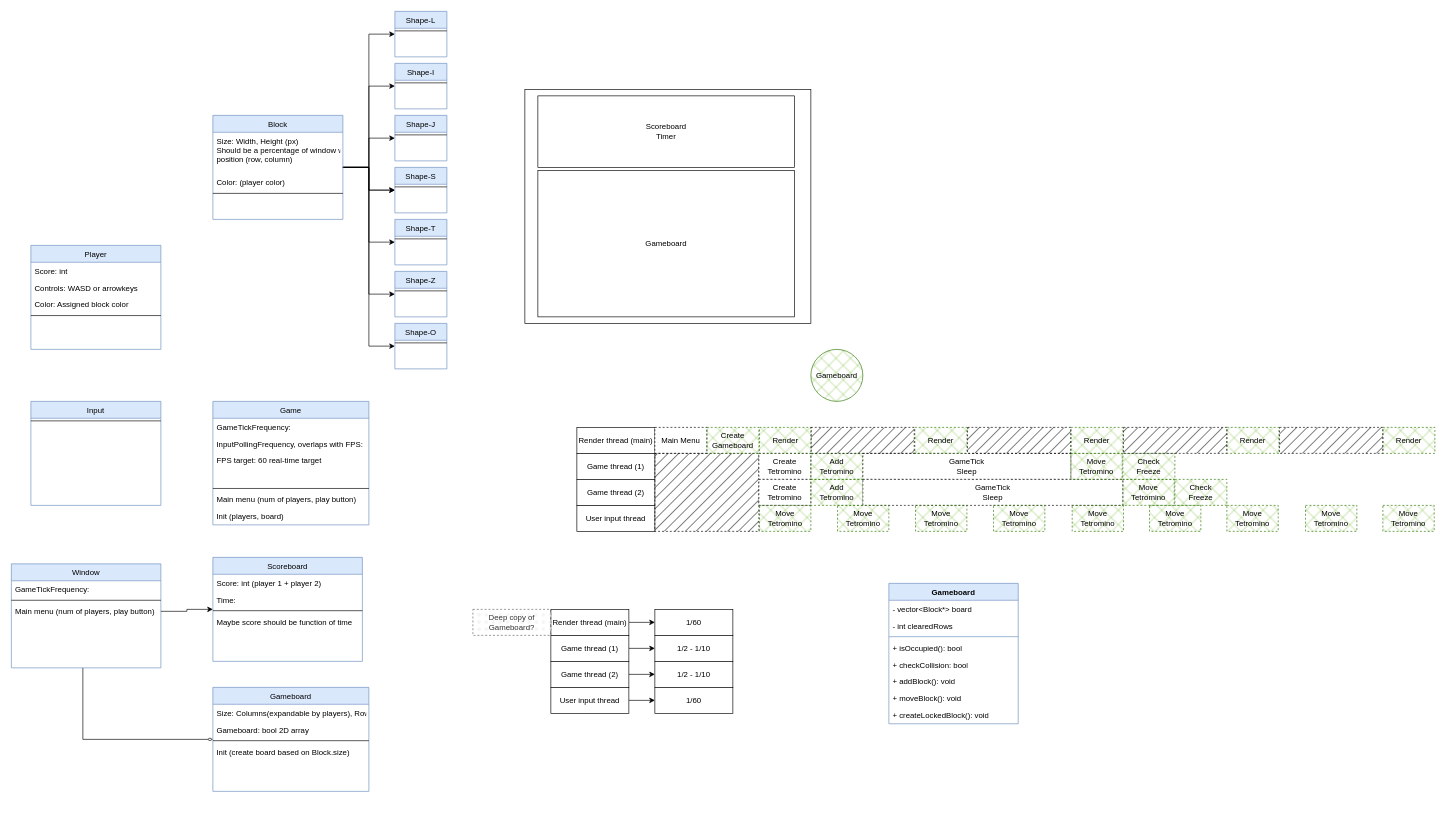
This is Concurrent Tetris Class Diagram.drawio from MennoScholten/RTS2_20220524, a draw.io file, before an edit. Source tidied: cells renumbered, new cells numbered last; positions are measured from the earlier drawing's top-left corner, leaving out a move shared by most shapes. Both pictures are drawn from the tidied source at 65%, with x=0, y=0 at pixel (11, 11).
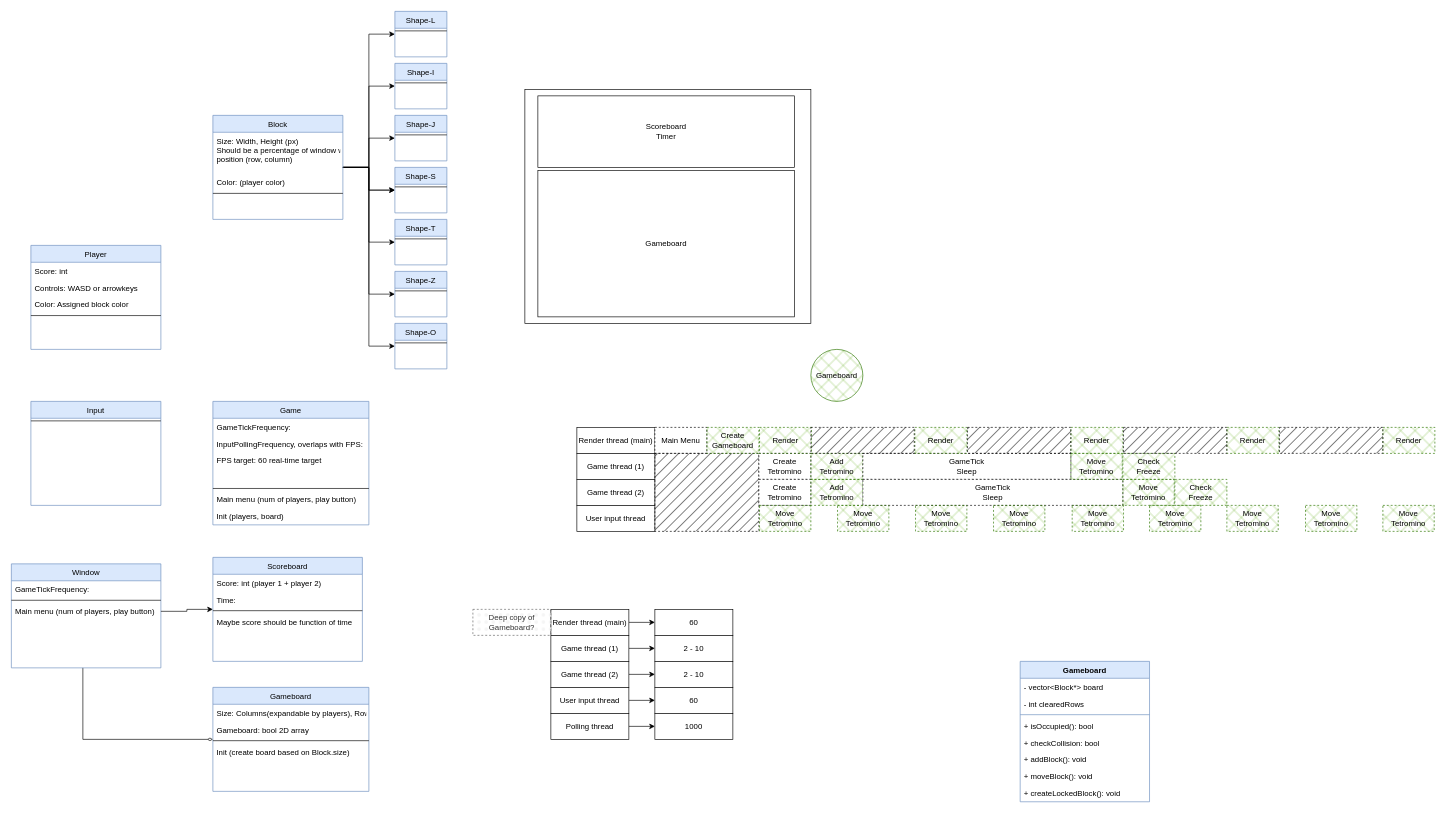
Above is the later version.

Commit message (it also covers changes not shown here):
* Removed all recursive mutex Added mutex only to gameboard methods Created a thread-safe copy of gameboard for rendering thread

The edit, as a diff of the source:
```diff
@@
     <mxCell id="65" value="Gameboard" style="swimlane;fontStyle=1;align=center;verticalAlign=top;horizontal=1;startSize=26;whiteSpace=wrap;html=1;fillColor=#dae8fc;strokeColor=#6c8ebf;" parent="1" vertex="1">
-      <mxGeometry x="1350" y="880" width="199" height="216" as="geometry" />
+      <mxGeometry x="1552" y="1000" width="199" height="216" as="geometry" />
     </mxCell>
@@
-    <mxCell id="114" value="1/60" style="rounded=0;whiteSpace=wrap;html=1;" parent="1" vertex="1">
+    <mxCell id="114" value="60" style="rounded=0;whiteSpace=wrap;html=1;" parent="1" vertex="1">
       <mxGeometry x="990" y="920" width="120" height="40" as="geometry" />
     </mxCell>
-    <mxCell id="115" value="1/2 - 1/10" style="rounded=0;whiteSpace=wrap;html=1;" parent="1" vertex="1">
+    <mxCell id="115" value="2 - 10" style="rounded=0;whiteSpace=wrap;html=1;" parent="1" vertex="1">
       <mxGeometry x="990" y="960" width="120" height="40" as="geometry" />
     </mxCell>
-    <mxCell id="116" value="1/2 - 1/10" style="rounded=0;whiteSpace=wrap;html=1;" parent="1" vertex="1">
+    <mxCell id="116" value="2 - 10" style="rounded=0;whiteSpace=wrap;html=1;" parent="1" vertex="1">
       <mxGeometry x="990" y="1000" width="120" height="40" as="geometry" />
     </mxCell>
-    <mxCell id="117" value="1/60" style="rounded=0;whiteSpace=wrap;html=1;" parent="1" vertex="1">
+    <mxCell id="117" value="60" style="rounded=0;whiteSpace=wrap;html=1;" parent="1" vertex="1">
       <mxGeometry x="990" y="1040" width="120" height="40" as="geometry" />
     </mxCell>
@@
+    <mxCell id="119" style="edgeStyle=orthogonalEdgeStyle;rounded=0;jettySize=auto;html=1;" parent="1" edge="1" source="120" target="121">
+      <mxGeometry relative="1" as="geometry" />
+    </mxCell>
+    <mxCell id="120" value="Polling thread" style="rounded=0;whiteSpace=wrap;html=1;" parent="1" vertex="1">
+      <mxGeometry x="830" y="1080" width="120" height="40" as="geometry" />
+    </mxCell>
+    <mxCell id="121" value="1000" style="rounded=0;whiteSpace=wrap;html=1;" parent="1" vertex="1">
+      <mxGeometry x="990" y="1080" width="120" height="40" as="geometry" />
+    </mxCell>
```
